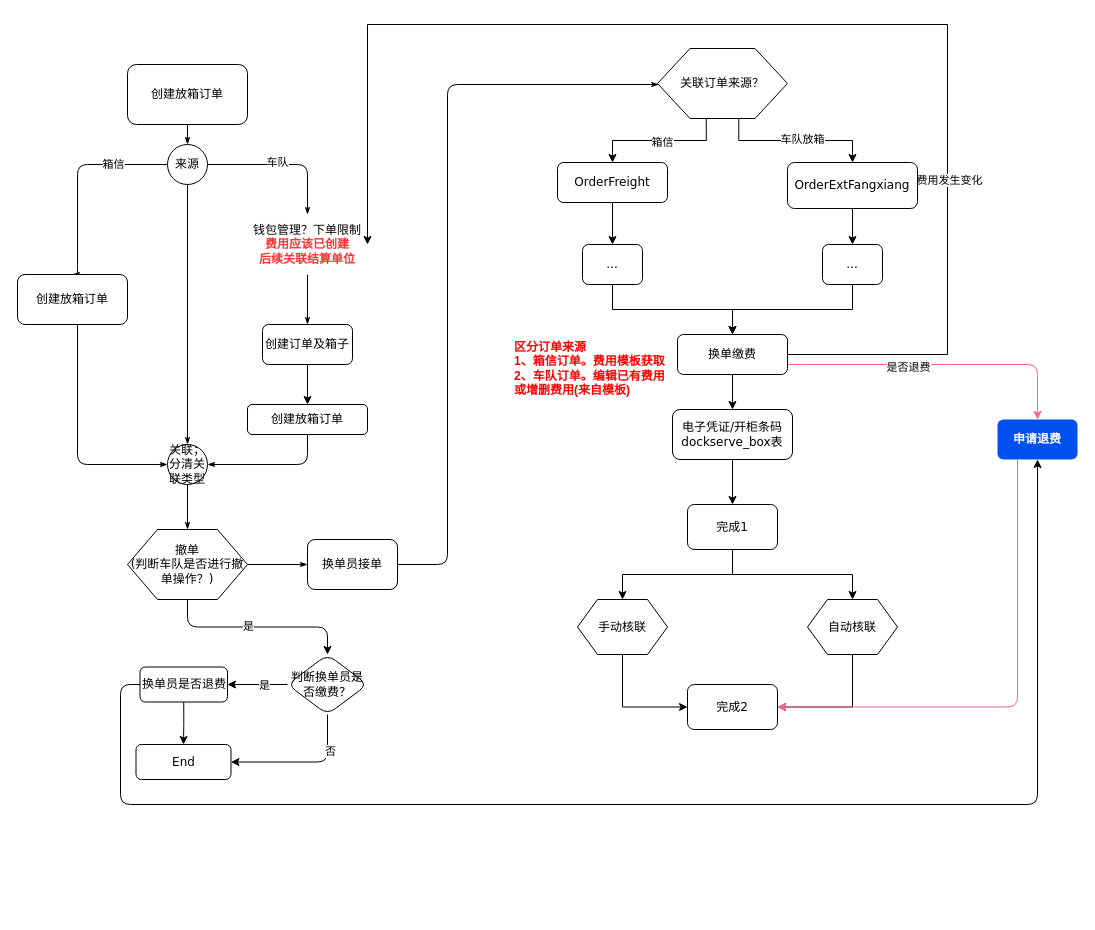
Before: 放箱.drawio in gongyao1992/draw, a draw.io diagram. Source tidied: cells renumbered, new cells numbered last; positions are measured from the earlier drawing's top-left corner, leaving out a move shared by most shapes. Both pictures are drawn from the tidied source at 100%, with x=0, y=0 at pixel (17, 24).
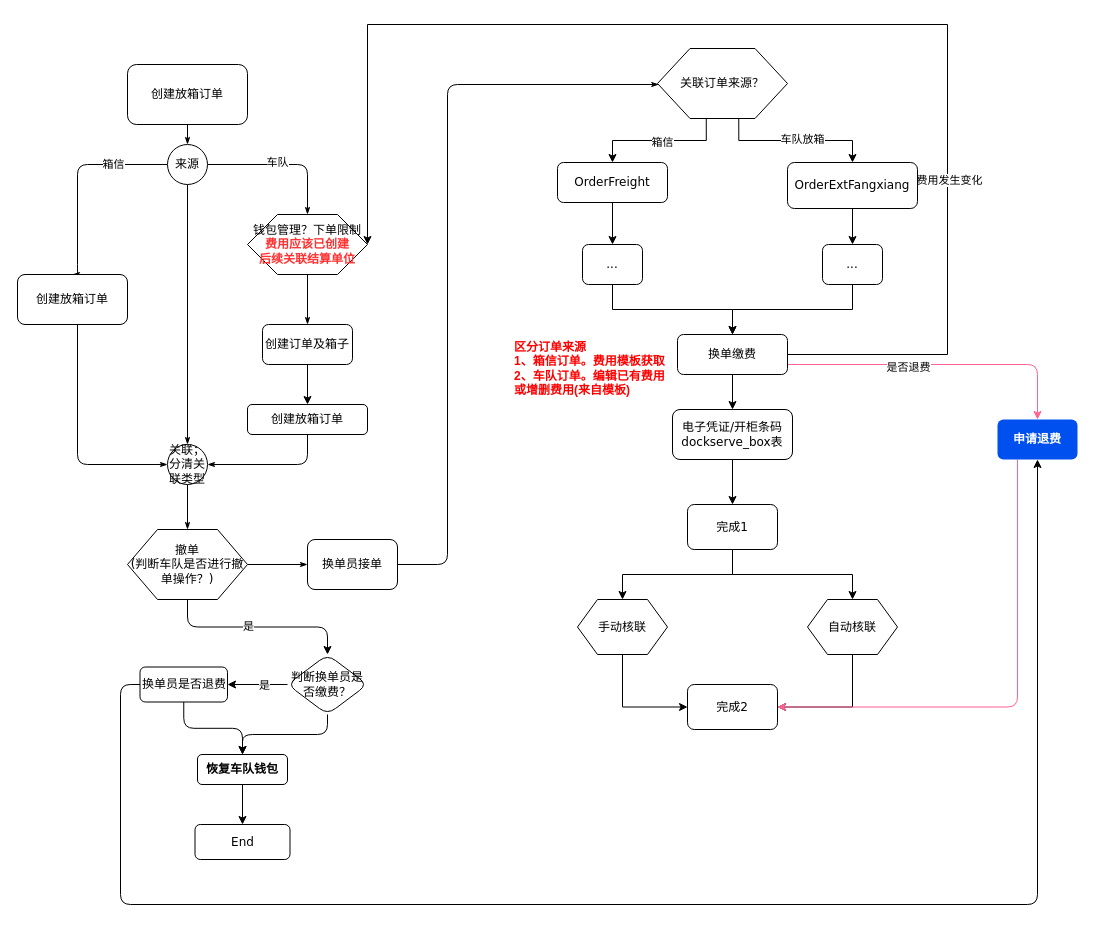
The same page after the edit.

Unchanged cells that the change refers to:
```xml
<mxCell id="44" value="换单员是否退费" style="rounded=1;whiteSpace=wrap;html=1;shadow=0;labelBackgroundColor=none;strokeWidth=1;fontFamily=Verdana;fontSize=12;align=center;" parent="1" vertex="1">
  <mxGeometry x="122.5" y="642.5" width="87.5" height="35" as="geometry" />
</mxCell>
<mxCell id="50" value="判断换单员是否缴费？" style="rhombus;whiteSpace=wrap;html=1;rounded=1;shadow=0;fontFamily=Verdana;strokeWidth=1;" parent="1" vertex="1">
  <mxGeometry x="270" y="630" width="80" height="60" as="geometry" />
</mxCell>
<mxCell id="66" value="&lt;b&gt;&lt;font&gt;申请退费&lt;/font&gt;&lt;/b&gt;" style="rounded=1;whiteSpace=wrap;html=1;fillColor=#0050ef;fontColor=#ffffff;strokeColor=none;" parent="1" vertex="1">
  <mxGeometry x="980" y="395" width="80" height="40" as="geometry" />
</mxCell>
```

Diff of the diagram source:
```diff
@@
-    <mxCell id="11" value="钱包管理？下单限制&lt;br&gt;&lt;b&gt;&lt;font color=&quot;#ff3333&quot;&gt;费用应该已创建&lt;br&gt;后续关联结算单位&lt;/font&gt;&lt;/b&gt;" style="shape=hexagon;perimeter=hexagonPerimeter;whiteSpace=wrap;html=1;rounded=0;shadow=0;labelBackgroundColor=none;strokeWidth=1;fontFamily=Verdana;fontSize=12;align=center;strokeColor=none;" parent="1" vertex="1">
+    <mxCell id="11" value="钱包管理？下单限制&lt;br&gt;&lt;b&gt;&lt;font color=&quot;#ff3333&quot;&gt;费用应该已创建&lt;br&gt;后续关联结算单位&lt;/font&gt;&lt;/b&gt;" style="shape=hexagon;perimeter=hexagonPerimeter;whiteSpace=wrap;html=1;rounded=0;shadow=0;labelBackgroundColor=none;strokeWidth=1;fontFamily=Verdana;fontSize=12;align=center;" parent="1" vertex="1">
       <mxGeometry x="230" y="190" width="120" height="60" as="geometry" />
     </mxCell>
@@
-    <mxCell id="42" style="edgeStyle=orthogonalEdgeStyle;rounded=0;jettySize=auto;html=1;exitX=0.5;exitY=1;exitDx=0;exitDy=0;entryX=0.5;entryY=0;entryDx=0;entryDy=0;" parent="1" edge="1" source="44" target="45">
-      <mxGeometry relative="1" as="geometry" />
-    </mxCell>
     <mxCell id="43" style="edgeStyle=orthogonalEdgeStyle;rounded=1;jettySize=auto;html=1;exitX=0;exitY=0.5;exitDx=0;exitDy=0;entryX=0.5;entryY=1;entryDx=0;entryDy=0;" parent="1" edge="1" source="44" target="66">
       <mxGeometry relative="1" as="geometry">
         <Array as="points">
           <mxPoint x="103" y="660" />
-          <mxPoint x="103" y="780" />
-          <mxPoint x="1020" y="780" />
+          <mxPoint x="103" y="880" />
+          <mxPoint x="1020" y="880" />
         </Array>
       </mxGeometry>
     </mxCell>
+    <mxCell id="67" style="edgeStyle=orthogonalEdgeStyle;rounded=1;jettySize=auto;html=1;exitX=0.5;exitY=1;exitDx=0;exitDy=0;entryX=0.5;entryY=0;entryDx=0;entryDy=0;" parent="1" edge="1" source="44" target="70">
+      <mxGeometry relative="1" as="geometry" />
+    </mxCell>
@@
     <mxCell id="45" value="End" style="rounded=1;whiteSpace=wrap;html=1;shadow=0;labelBackgroundColor=none;strokeWidth=1;fontFamily=Verdana;fontSize=12;align=center;" parent="1" vertex="1">
-      <mxGeometry x="118.5" y="720" width="95" height="35" as="geometry" />
+      <mxGeometry x="177.5" y="800" width="95" height="35" as="geometry" />
     </mxCell>
-    <mxCell id="46" style="edgeStyle=orthogonalEdgeStyle;rounded=1;jettySize=auto;html=1;exitX=0.5;exitY=1;exitDx=0;exitDy=0;entryX=1;entryY=0.5;entryDx=0;entryDy=0;" parent="1" edge="1" source="50" target="45">
-      <mxGeometry relative="1" as="geometry" />
-    </mxCell>
-    <mxCell id="47" value="否" style="edgeLabel;html=1;align=center;verticalAlign=middle;" parent="46" vertex="1">
-      <mxGeometry x="-0.5" y="2" relative="1" as="geometry" />
-    </mxCell>
@@
+    <mxCell id="68" style="edgeStyle=orthogonalEdgeStyle;rounded=1;jettySize=auto;html=1;exitX=0.5;exitY=1;exitDx=0;exitDy=0;entryX=0.5;entryY=0;entryDx=0;entryDy=0;" parent="1" edge="1" source="50" target="70">
+      <mxGeometry relative="1" as="geometry" />
+    </mxCell>
@@
+    <mxCell id="69" style="edgeStyle=orthogonalEdgeStyle;rounded=1;jettySize=auto;html=1;exitX=0.5;exitY=1;exitDx=0;exitDy=0;entryX=0.5;entryY=0;entryDx=0;entryDy=0;" parent="1" edge="1" source="70" target="45">
+      <mxGeometry relative="1" as="geometry" />
+    </mxCell>
+    <mxCell id="70" value="恢复车队钱包" style="rounded=1;whiteSpace=wrap;html=1;fontStyle=1;" parent="1" vertex="1">
+      <mxGeometry x="180" y="730" width="90" height="30" as="geometry" />
+    </mxCell>
```
